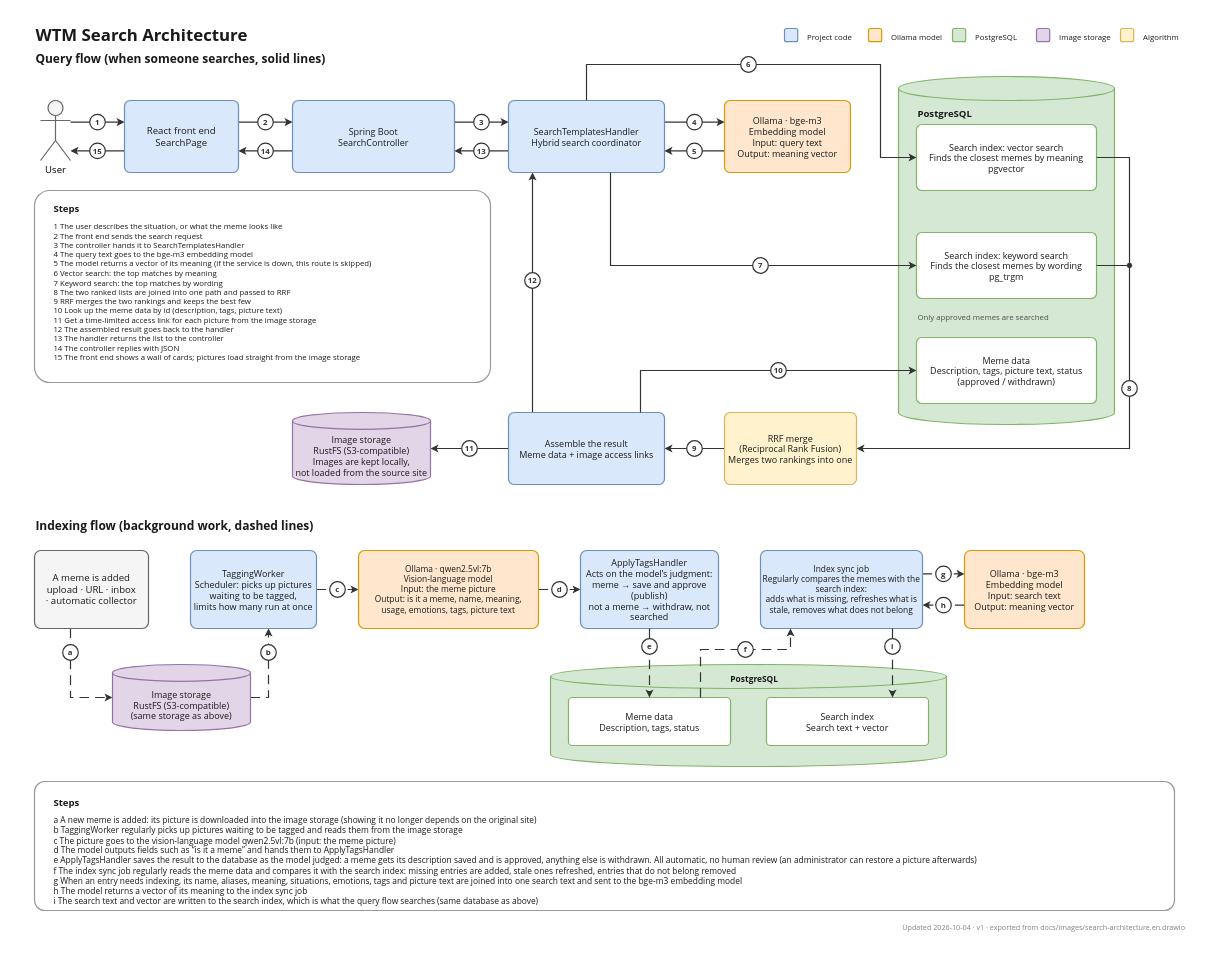
Earlier version of the draw.io diagram docs/images/search-architecture.en.drawio (chun-wei0413/WTM). Source tidied: cells renumbered, new cells numbered last; positions are measured from the earlier drawing's top-left corner, leaving out a move shared by most shapes. Both pictures are drawn from the tidied source at 60%, with x=0, y=0 at pixel (10, 10).
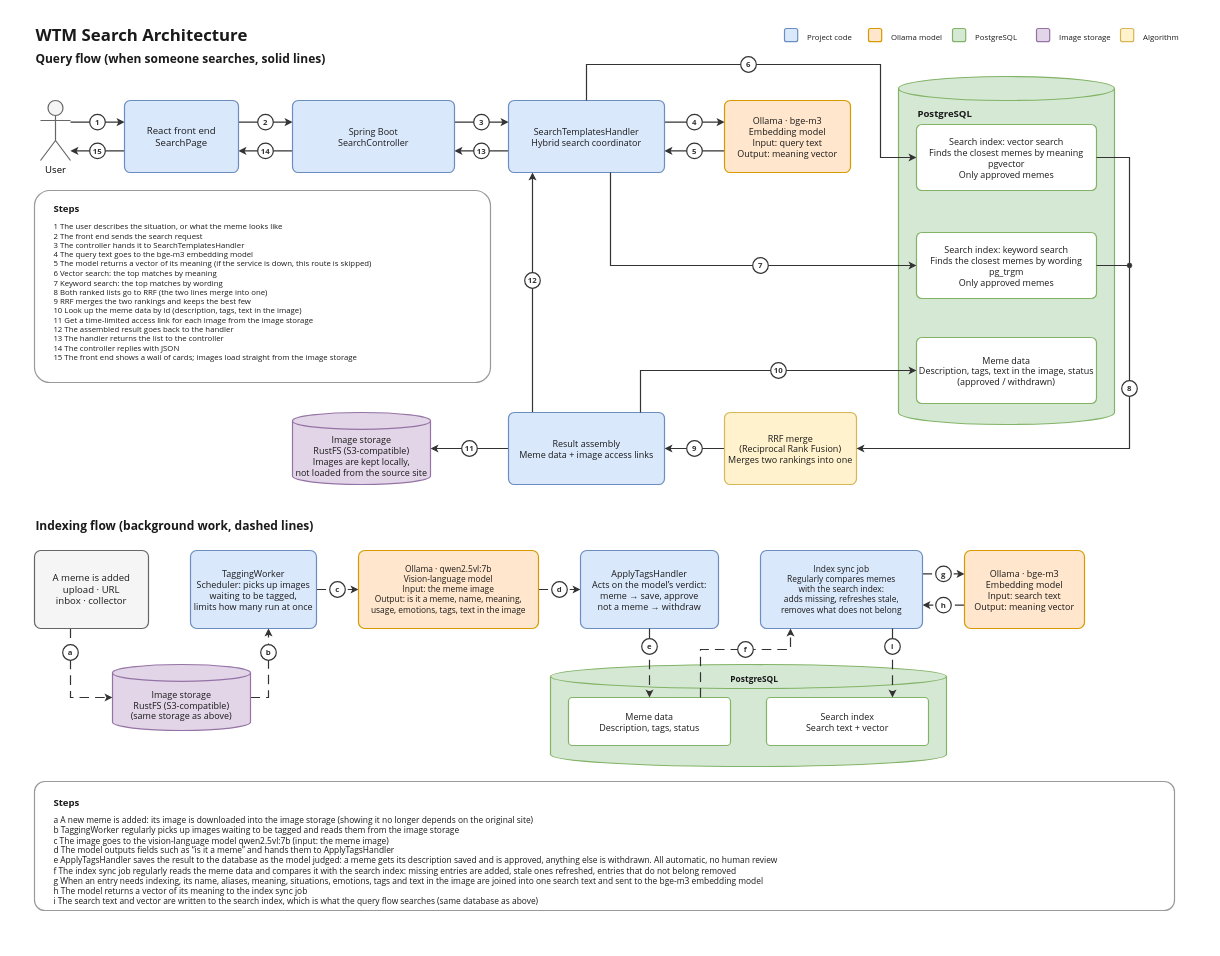
Above is the later version.

Commit message (it also covers changes not shown here):
[Documentation] Polish the search architecture diagrams

The edit, as a diff of the source:
```diff
@@
     <mxCell id="2" style="rounded=0;whiteSpace=wrap;html=1;fillColor=#ffffff;strokeColor=none;" parent="1" vertex="1">
-      <mxGeometry width="2000" height="1560" as="geometry" />
+      <mxGeometry width="2000" height="1540" as="geometry" />
     </mxCell>
@@
-    <mxCell id="29" value="Search index: vector search&lt;br&gt;Finds the closest memes by meaning&lt;br&gt;pgvector" style="rounded=1;whiteSpace=wrap;html=1;arcSize=8;fillColor=#ffffff;strokeColor=#82b366;strokeWidth=2;fontSize=15;fontFamily=Segoe UI;fontColor=#1a1a1a;" parent="1" vertex="1">
+    <mxCell id="29" value="Search index: vector search&lt;br&gt;Finds the closest memes by meaning&lt;br&gt;pgvector&lt;br&gt;Only approved memes" style="rounded=1;whiteSpace=wrap;html=1;arcSize=8;fillColor=#ffffff;strokeColor=#82b366;strokeWidth=2;fontSize=15;fontFamily=Segoe UI;fontColor=#1a1a1a;" parent="1" vertex="1">
       <mxGeometry x="1510" y="190" width="300" height="110" as="geometry" />
     </mxCell>
-    <mxCell id="30" value="Search index: keyword search&lt;br&gt;Finds the closest memes by wording&lt;br&gt;pg_trgm" style="rounded=1;whiteSpace=wrap;html=1;arcSize=8;fillColor=#ffffff;strokeColor=#82b366;strokeWidth=2;fontSize=15;fontFamily=Segoe UI;fontColor=#1a1a1a;" parent="1" vertex="1">
+    <mxCell id="30" value="Search index: keyword search&lt;br&gt;Finds the closest memes by wording&lt;br&gt;pg_trgm&lt;br&gt;Only approved memes" style="rounded=1;whiteSpace=wrap;html=1;arcSize=8;fillColor=#ffffff;strokeColor=#82b366;strokeWidth=2;fontSize=15;fontFamily=Segoe UI;fontColor=#1a1a1a;" parent="1" vertex="1">
       <mxGeometry x="1510" y="370" width="300" height="110" as="geometry" />
     </mxCell>
-    <mxCell id="31" value="Only approved memes are searched" style="text;html=1;whiteSpace=wrap;verticalAlign=top;align=left;fontSize=13;fontFamily=Segoe UI;fontColor=#4d4d4d;fontStyle=0;spacingLeft=0;spacingTop=0;" parent="1" vertex="1">
-      <mxGeometry x="1510" y="498" width="300" height="24" as="geometry" />
-    </mxCell>
-    <mxCell id="32" value="Meme data&lt;br&gt;Description, tags, picture text, status&lt;br&gt;(approved / withdrawn)" style="rounded=1;whiteSpace=wrap;html=1;arcSize=8;fillColor=#ffffff;strokeColor=#82b366;strokeWidth=2;fontSize=15;fontFamily=Segoe UI;fontColor=#1a1a1a;" parent="1" vertex="1">
+    <mxCell id="32" value="Meme data&lt;br&gt;Description, tags, text in the image, status&lt;br&gt;(approved / withdrawn)" style="rounded=1;whiteSpace=wrap;html=1;arcSize=8;fillColor=#ffffff;strokeColor=#82b366;strokeWidth=2;fontSize=15;fontFamily=Segoe UI;fontColor=#1a1a1a;" parent="1" vertex="1">
       <mxGeometry x="1510" y="545" width="300" height="110" as="geometry" />
     </mxCell>
-    <mxCell id="33" value="Assemble the result&lt;br&gt;Meme data + image access links" style="rounded=1;whiteSpace=wrap;html=1;arcSize=8;fillColor=#dae8fc;strokeColor=#6c8ebf;strokeWidth=2;fontSize=15;fontFamily=Segoe UI;fontColor=#1a1a1a;" parent="1" vertex="1">
+    <mxCell id="33" value="Result assembly&lt;br&gt;Meme data + image access links" style="rounded=1;whiteSpace=wrap;html=1;arcSize=8;fillColor=#dae8fc;strokeColor=#6c8ebf;strokeWidth=2;fontSize=15;fontFamily=Segoe UI;fontColor=#1a1a1a;" parent="1" vertex="1">
       <mxGeometry x="830" y="670" width="260" height="120" as="geometry" />
     </mxCell>
@@
-    <mxCell id="38" value="1  The user describes the situation, or what the meme looks like&lt;br&gt;2  The front end sends the search request&lt;br&gt;3  The controller hands it to SearchTemplatesHandler&lt;br&gt;4  The query text goes to the bge-m3 embedding model&lt;br&gt;5  The model returns a vector of its meaning (if the service is down, this route is skipped)&lt;br&gt;6  Vector search: the top matches by meaning&lt;br&gt;7  Keyword search: the top matches by wording&lt;br&gt;8  The two ranked lists are joined into one path and passed to RRF&lt;br&gt;9  RRF merges the two rankings and keeps the best few&lt;br&gt;10 Look up the meme data by id (description, tags, picture text)&lt;br&gt;11 Get a time-limited access link for each picture from the image storage&lt;br&gt;12 The assembled result goes back to the handler&lt;br&gt;13 The handler returns the list to the controller&lt;br&gt;14 The controller replies with JSON&lt;br&gt;15 The front end shows a wall of cards; pictures load straight from the image storage" style="text;html=1;whiteSpace=wrap;verticalAlign=top;align=left;fontSize=13;fontFamily=Segoe UI;fontColor=#1a1a1a;fontStyle=0;spacingLeft=0;spacingTop=0;" parent="1" vertex="1">
+    <mxCell id="38" value="1  The user describes the situation, or what the meme looks like&lt;br&gt;2  The front end sends the search request&lt;br&gt;3  The controller hands it to SearchTemplatesHandler&lt;br&gt;4  The query text goes to the bge-m3 embedding model&lt;br&gt;5  The model returns a vector of its meaning (if the service is down, this route is skipped)&lt;br&gt;6  Vector search: the top matches by meaning&lt;br&gt;7  Keyword search: the top matches by wording&lt;br&gt;8  Both ranked lists go to RRF (the two lines merge into one)&lt;br&gt;9  RRF merges the two rankings and keeps the best few&lt;br&gt;10 Look up the meme data by id (description, tags, text in the image)&lt;br&gt;11 Get a time-limited access link for each image from the image storage&lt;br&gt;12 The assembled result goes back to the handler&lt;br&gt;13 The handler returns the list to the controller&lt;br&gt;14 The controller replies with JSON&lt;br&gt;15 The front end shows a wall of cards; images load straight from the image storage" style="text;html=1;whiteSpace=wrap;verticalAlign=top;align=left;fontSize=13;fontFamily=Segoe UI;fontColor=#1a1a1a;fontStyle=0;spacingLeft=0;spacingTop=0;" parent="1" vertex="1">
       <mxGeometry x="70" y="346" width="710" height="270" as="geometry" />
     </mxCell>
@@
-    <mxCell id="40" value="A meme is added&lt;br&gt;upload · URL · inbox&lt;br&gt;· automatic collector" style="rounded=1;whiteSpace=wrap;html=1;arcSize=8;fillColor=#f5f5f5;strokeColor=#666666;strokeWidth=2;fontSize=16;fontFamily=Segoe UI;fontColor=#1a1a1a;" parent="1" vertex="1">
+    <mxCell id="40" value="A meme is added&lt;br&gt;upload · URL&lt;br&gt;inbox · collector" style="rounded=1;whiteSpace=wrap;html=1;arcSize=8;fillColor=#f5f5f5;strokeColor=#666666;strokeWidth=2;fontSize=16;fontFamily=Segoe UI;fontColor=#1a1a1a;" parent="1" vertex="1">
       <mxGeometry x="40" y="900" width="190" height="130" as="geometry" />
     </mxCell>
@@
-    <mxCell id="42" value="TaggingWorker&lt;br&gt;Scheduler: picks up pictures&lt;br&gt;waiting to be tagged,&lt;br&gt;limits how many run at once" style="rounded=1;whiteSpace=wrap;html=1;arcSize=8;fillColor=#dae8fc;strokeColor=#6c8ebf;strokeWidth=2;fontSize=15;fontFamily=Segoe UI;fontColor=#1a1a1a;" parent="1" vertex="1">
+    <mxCell id="42" value="TaggingWorker&lt;br&gt;Scheduler: picks up images&lt;br&gt;waiting to be tagged,&lt;br&gt;limits how many run at once" style="rounded=1;whiteSpace=wrap;html=1;arcSize=8;fillColor=#dae8fc;strokeColor=#6c8ebf;strokeWidth=2;fontSize=15;fontFamily=Segoe UI;fontColor=#1a1a1a;" parent="1" vertex="1">
       <mxGeometry x="300" y="900" width="210" height="130" as="geometry" />
     </mxCell>
-    <mxCell id="43" value="Ollama · qwen2.5vl:7b&lt;br&gt;Vision-language model&lt;br&gt;Input: the meme picture&lt;br&gt;Output: is it a meme, name, meaning,&lt;br&gt;usage, emotions, tags, picture text" style="rounded=1;whiteSpace=wrap;html=1;arcSize=8;fillColor=#ffe6cc;strokeColor=#d79b00;strokeWidth=2;fontSize=14;fontFamily=Segoe UI;fontColor=#1a1a1a;" parent="1" vertex="1">
+    <mxCell id="43" value="Ollama · qwen2.5vl:7b&lt;br&gt;Vision-language model&lt;br&gt;Input: the meme image&lt;br&gt;Output: is it a meme, name, meaning,&lt;br&gt;usage, emotions, tags, text in the image" style="rounded=1;whiteSpace=wrap;html=1;arcSize=8;fillColor=#ffe6cc;strokeColor=#d79b00;strokeWidth=2;fontSize=14;fontFamily=Segoe UI;fontColor=#1a1a1a;" parent="1" vertex="1">
       <mxGeometry x="580" y="900" width="300" height="130" as="geometry" />
     </mxCell>
-    <mxCell id="44" value="ApplyTagsHandler&lt;br&gt;Acts on the model’s judgment:&lt;br&gt;meme → save and approve (publish)&lt;br&gt;not a meme → withdraw, not searched" style="rounded=1;whiteSpace=wrap;html=1;arcSize=8;fillColor=#dae8fc;strokeColor=#6c8ebf;strokeWidth=2;fontSize=15;fontFamily=Segoe UI;fontColor=#1a1a1a;" parent="1" vertex="1">
+    <mxCell id="44" value="ApplyTagsHandler&lt;br&gt;Acts on the model’s verdict:&lt;br&gt;meme → save, approve&lt;br&gt;not a meme → withdraw" style="rounded=1;whiteSpace=wrap;html=1;arcSize=8;fillColor=#dae8fc;strokeColor=#6c8ebf;strokeWidth=2;fontSize=15;fontFamily=Segoe UI;fontColor=#1a1a1a;" parent="1" vertex="1">
       <mxGeometry x="950" y="900" width="230" height="130" as="geometry" />
     </mxCell>
-    <mxCell id="45" value="Index sync job&lt;br&gt;Regularly compares the memes with the search index:&lt;br&gt;adds what is missing, refreshes what is stale, removes what does not belong" style="rounded=1;whiteSpace=wrap;html=1;arcSize=8;fillColor=#dae8fc;strokeColor=#6c8ebf;strokeWidth=2;fontSize=14;fontFamily=Segoe UI;fontColor=#1a1a1a;" parent="1" vertex="1">
+    <mxCell id="45" value="Index sync job&lt;br&gt;Regularly compares memes&lt;br&gt;with the search index:&lt;br&gt;adds missing, refreshes stale,&lt;br&gt;removes what does not belong" style="rounded=1;whiteSpace=wrap;html=1;arcSize=8;fillColor=#dae8fc;strokeColor=#6c8ebf;strokeWidth=2;fontSize=14;fontFamily=Segoe UI;fontColor=#1a1a1a;" parent="1" vertex="1">
       <mxGeometry x="1250" y="900" width="270" height="130" as="geometry" />
     </mxCell>
@@
-    <mxCell id="53" value="a  A new meme is added: its picture is downloaded into the image storage (showing it no longer depends on the original site)&lt;br&gt;b  TaggingWorker regularly picks up pictures waiting to be tagged and reads them from the image storage&lt;br&gt;c  The picture goes to the vision-language model qwen2.5vl:7b (input: the meme picture)&lt;br&gt;d  The model outputs fields such as “is it a meme” and hands them to ApplyTagsHandler&lt;br&gt;e  ApplyTagsHandler saves the result to the database as the model judged: a meme gets its description saved and is approved, anything else is withdrawn. All automatic, no human review (an administrator can restore a picture afterwards)&lt;br&gt;f  The index sync job regularly reads the meme data and compares it with the search index: missing entries are added, stale ones refreshed, entries that do not belong removed&lt;br&gt;g  When an entry needs indexing, its name, aliases, meaning, situations, emotions, tags and picture text are joined into one search text and sent to the bge-m3 embedding model&lt;br&gt;h  The model returns a vector of its meaning to the index sync job&lt;br&gt;i  The search text and vector are written to the search index, which is what the query flow searches (same database as above)" style="text;html=1;whiteSpace=wrap;verticalAlign=top;align=left;fontSize=14;fontFamily=Segoe UI;fontColor=#1a1a1a;fontStyle=0;spacingLeft=0;spacingTop=0;" parent="1" vertex="1">
+    <mxCell id="53" value="a  A new meme is added: its image is downloaded into the image storage (showing it no longer depends on the original site)&lt;br&gt;b  TaggingWorker regularly picks up images waiting to be tagged and reads them from the image storage&lt;br&gt;c  The image goes to the vision-language model qwen2.5vl:7b (input: the meme image)&lt;br&gt;d  The model outputs fields such as “is it a meme” and hands them to ApplyTagsHandler&lt;br&gt;e  ApplyTagsHandler saves the result to the database as the model judged: a meme gets its description saved and is approved, anything else is withdrawn. All automatic, no human review&lt;br&gt;f  The index sync job regularly reads the meme data and compares it with the search index: missing entries are added, stale ones refreshed, entries that do not belong removed&lt;br&gt;g  When an entry needs indexing, its name, aliases, meaning, situations, emotions, tags and text in the image are joined into one search text and sent to the bge-m3 embedding model&lt;br&gt;h  The model returns a vector of its meaning to the index sync job&lt;br&gt;i  The search text and vector are written to the search index, which is what the query flow searches (same database as above)" style="text;html=1;whiteSpace=wrap;verticalAlign=top;align=left;fontSize=14;fontFamily=Segoe UI;fontColor=#1a1a1a;fontStyle=0;spacingLeft=0;spacingTop=0;" parent="1" vertex="1">
       <mxGeometry x="70" y="1335" width="1840" height="150" as="geometry" />
     </mxCell>
@@
-    <mxCell id="64" value="Updated 2026-10-04 · v1 · exported from docs/images/search-architecture.en.drawio" style="text;html=1;whiteSpace=wrap;verticalAlign=top;align=right;fontSize=12;fontFamily=Segoe UI;fontColor=#808080;fontStyle=0;spacingLeft=0;spacingTop=0;" parent="1" vertex="1">
-      <mxGeometry x="1480" y="1515" width="480" height="22" as="geometry" />
-    </mxCell>
```
